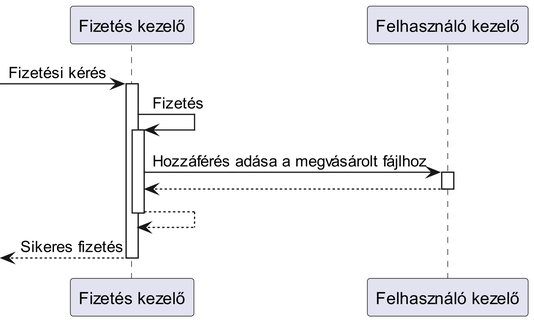
This is Pictures/sequence_buy/Buy.png from Fylota/hagyma_crysys, a PlantUML export, as it was before one commit.
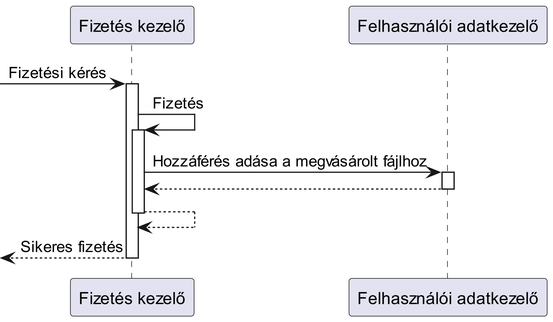
Above is the later version.

Diff of the diagram source:
```diff
@@ -1,7 +1,7 @@
 @startuml Buy
 scale 5
 participant "Fizetés kezelő" as paycomp
-participant "Felhasználó kezelő" as user
+participant "Felhasználói adatkezelő" as user
 
 -> paycomp : Fizetési kérés
 activate paycomp
```
